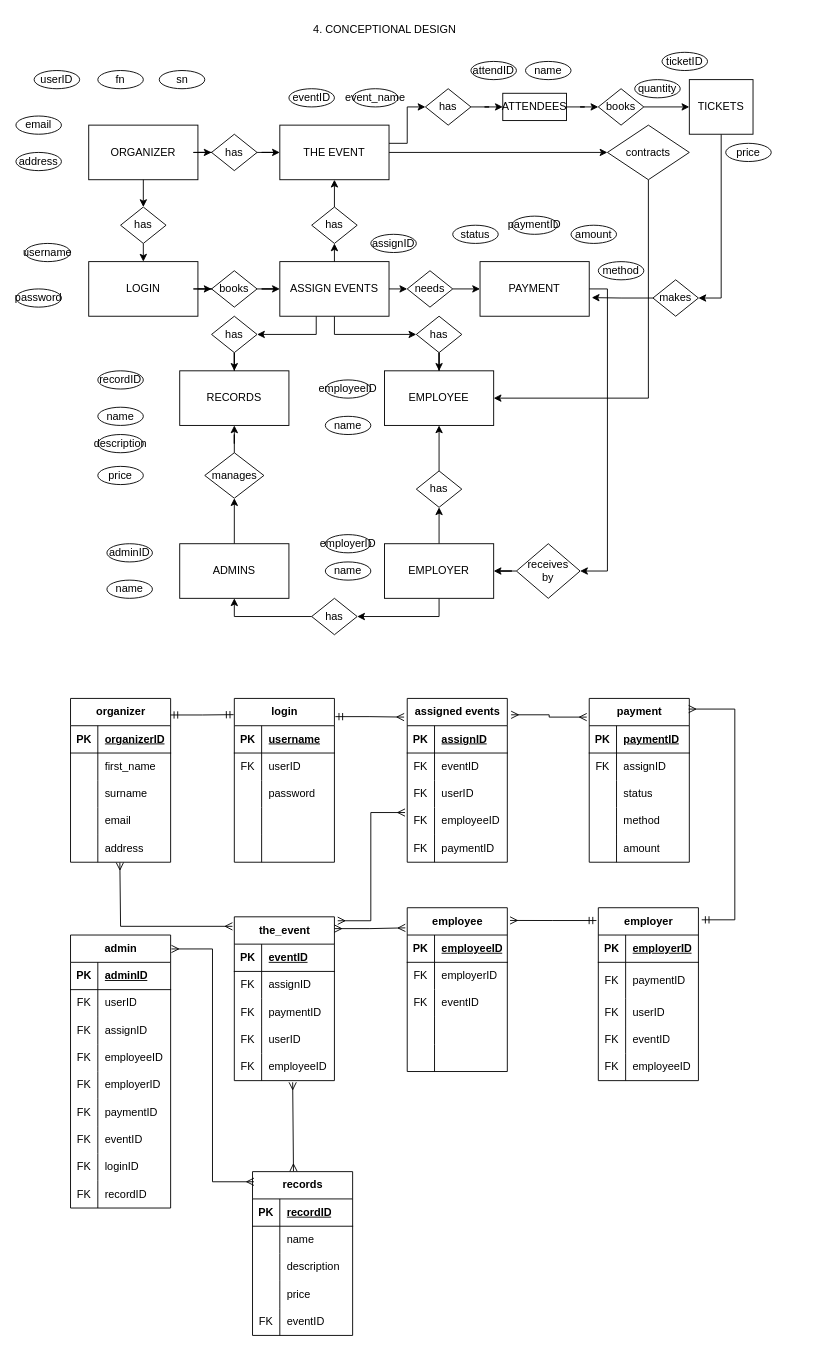
Earlier version of the draw.io diagram data model group.drawio (julieeesy/data_modelling_workshop). Source tidied: cells renumbered, new cells numbered last; positions are measured from the earlier drawing's top-left corner, leaving out a move shared by most shapes. Both pictures are drawn from the tidied source at 91%, with x=0, y=0 at pixel (15, 15).
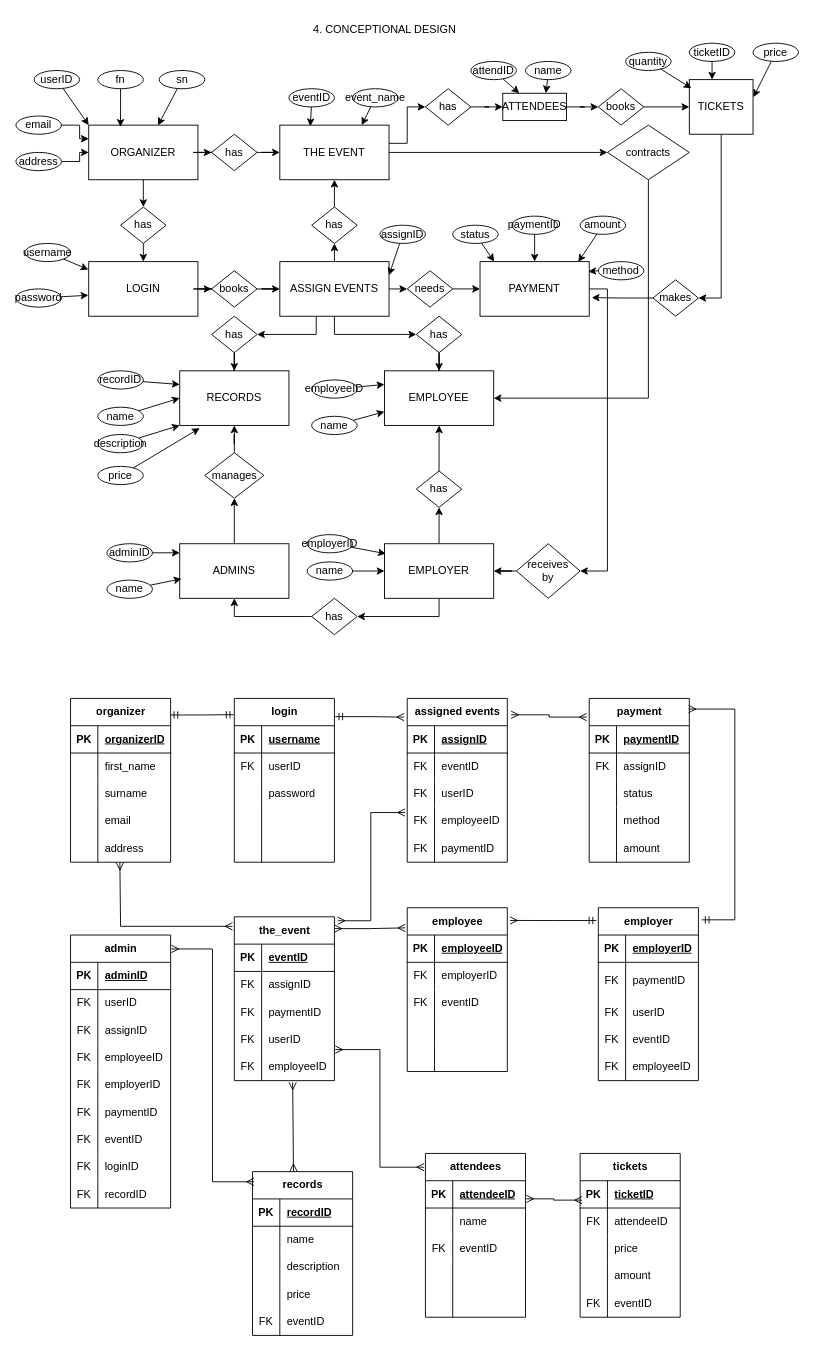
Above is the later version.

Unchanged cells that the change refers to:
```xml
<mxCell id="3" value="LOGIN" style="rounded=0;whiteSpace=wrap;html=1;" parent="1" vertex="1">
<mxCell id="6" value="ORGANIZER" style="rounded=0;whiteSpace=wrap;html=1;" parent="1" vertex="1">
<mxCell id="11" value="ASSIGN EVENTS" style="rounded=0;whiteSpace=wrap;html=1;" parent="1" vertex="1">
<mxCell id="12" value="RECORDS" style="rounded=0;whiteSpace=wrap;html=1;" parent="1" vertex="1">
<mxCell id="14" value="ADMINS" style="rounded=0;whiteSpace=wrap;html=1;" parent="1" vertex="1">
<mxCell id="17" value="THE EVENT" style="rounded=0;whiteSpace=wrap;html=1;" parent="1" vertex="1">
<mxCell id="19" value="PAYMENT" style="rounded=0;whiteSpace=wrap;html=1;" parent="1" vertex="1">
<mxCell id="20" value="EMPLOYEE" style="rounded=0;whiteSpace=wrap;html=1;" parent="1" vertex="1">
<mxCell id="24" value="EMPLOYER" style="rounded=0;whiteSpace=wrap;html=1;" parent="1" vertex="1">
<mxCell id="47" value="userID" style="ellipse;whiteSpace=wrap;html=1;" parent="1" vertex="1">
<mxCell id="48" value="fn" style="ellipse;whiteSpace=wrap;html=1;" parent="1" vertex="1">
<mxCell id="49" value="sn" style="ellipse;whiteSpace=wrap;html=1;" parent="1" vertex="1">
<mxCell id="50" value="email" style="ellipse;whiteSpace=wrap;html=1;" parent="1" vertex="1">
<mxCell id="51" value="address" style="ellipse;whiteSpace=wrap;html=1;" parent="1" vertex="1">
<mxCell id="52" value="username" style="ellipse;whiteSpace=wrap;html=1;" parent="1" vertex="1">
<mxCell id="53" value="password" style="ellipse;whiteSpace=wrap;html=1;" parent="1" vertex="1">
<mxCell id="54" value="eventID" style="ellipse;whiteSpace=wrap;html=1;" parent="1" vertex="1">
<mxCell id="55" value="event_name" style="ellipse;whiteSpace=wrap;html=1;" parent="1" vertex="1">
<mxCell id="56" value="paymentID" style="ellipse;whiteSpace=wrap;html=1;" parent="1" vertex="1">
<mxCell id="58" value="status" style="ellipse;whiteSpace=wrap;html=1;" parent="1" vertex="1">
<mxCell id="59" value="method" style="ellipse;whiteSpace=wrap;html=1;" parent="1" vertex="1">
<mxCell id="64" value="recordID" style="ellipse;whiteSpace=wrap;html=1;" parent="1" vertex="1">
<mxCell id="65" value="name" style="ellipse;whiteSpace=wrap;html=1;" parent="1" vertex="1">
<mxCell id="66" value="description" style="ellipse;whiteSpace=wrap;html=1;" parent="1" vertex="1">
<mxCell id="67" value="price" style="ellipse;whiteSpace=wrap;html=1;" parent="1" vertex="1">
<mxCell id="69" value="adminID" style="ellipse;whiteSpace=wrap;html=1;" parent="1" vertex="1">
<mxCell id="70" value="name" style="ellipse;whiteSpace=wrap;html=1;" parent="1" vertex="1">
<mxCell id="178" style="shape=tableRow;horizontal=0;startSize=0;swimlaneHead=0;swimlaneBody=0;fillColor=none;points=[[0,0.5],[1,0.5]];portConstraint=eastwest;top=0;left=0;right=0;bottom=0;" parent="168" vertex="1">
<mxCell id="239" value="ATTENDEES" style="rounded=0;whiteSpace=wrap;html=1;" parent="1" vertex="1">
<mxCell id="241" value="TICKETS" style="rounded=0;whiteSpace=wrap;html=1;" parent="1" vertex="1">
<mxCell id="246" value="attendID" style="ellipse;whiteSpace=wrap;html=1;" parent="1" vertex="1">
<mxCell id="247" value="name" style="ellipse;whiteSpace=wrap;html=1;" parent="1" vertex="1">
```

Diff of the diagram source:
```diff
@@
+    <mxCell id="254" style="rounded=0;jettySize=auto;html=1;entryX=0;entryY=0;entryDx=0;entryDy=0;" parent="1" edge="1" source="47" target="6">
+      <mxGeometry relative="1" as="geometry" />
+    </mxCell>
@@
+    <mxCell id="255" style="edgeStyle=orthogonalEdgeStyle;rounded=0;jettySize=auto;html=1;entryX=0;entryY=0.25;entryDx=0;entryDy=0;" parent="1" edge="1" source="50" target="6">
+      <mxGeometry relative="1" as="geometry" />
+    </mxCell>
@@
+    <mxCell id="256" style="edgeStyle=orthogonalEdgeStyle;rounded=0;jettySize=auto;html=1;" parent="1" edge="1" source="51" target="6">
+      <mxGeometry relative="1" as="geometry" />
+    </mxCell>
@@
+    <mxCell id="257" style="rounded=0;jettySize=auto;html=1;entryX=0.75;entryY=0;entryDx=0;entryDy=0;" parent="1" edge="1" source="55" target="17">
+      <mxGeometry relative="1" as="geometry" />
+    </mxCell>
@@
+    <mxCell id="258" style="rounded=0;jettySize=auto;html=1;entryX=0.5;entryY=0;entryDx=0;entryDy=0;" parent="1" edge="1" source="56" target="19">
+      <mxGeometry relative="1" as="geometry" />
+    </mxCell>
@@
     <mxCell id="57" value="amount" style="ellipse;whiteSpace=wrap;html=1;" parent="1" vertex="1">
-      <mxGeometry x="610" y="230" width="50" height="20" as="geometry" />
+      <mxGeometry x="620" y="220" width="50" height="20" as="geometry" />
     </mxCell>
@@
+    <mxCell id="259" style="rounded=0;jettySize=auto;html=1;entryX=0;entryY=0.25;entryDx=0;entryDy=0;" parent="1" edge="1" source="60" target="20">
+      <mxGeometry relative="1" as="geometry" />
+    </mxCell>
     <mxCell id="60" value="employeeID" style="ellipse;whiteSpace=wrap;html=1;" parent="1" vertex="1">
-      <mxGeometry x="340" y="400" width="50" height="20" as="geometry" />
+      <mxGeometry x="325" y="400" width="50" height="20" as="geometry" />
     </mxCell>
+    <mxCell id="260" style="rounded=0;jettySize=auto;html=1;entryX=0;entryY=0.75;entryDx=0;entryDy=0;" parent="1" edge="1" source="61" target="20">
+      <mxGeometry relative="1" as="geometry" />
+    </mxCell>
     <mxCell id="61" value="name" style="ellipse;whiteSpace=wrap;html=1;" parent="1" vertex="1">
-      <mxGeometry x="340" y="440" width="50" height="20" as="geometry" />
+      <mxGeometry x="325" y="440" width="50" height="20" as="geometry" />
     </mxCell>
+    <mxCell id="261" style="rounded=0;jettySize=auto;html=1;entryX=0;entryY=0.5;entryDx=0;entryDy=0;" parent="1" edge="1" source="62" target="24">
+      <mxGeometry relative="1" as="geometry" />
+    </mxCell>
     <mxCell id="62" value="name" style="ellipse;whiteSpace=wrap;html=1;" parent="1" vertex="1">
-      <mxGeometry x="340" y="600" width="50" height="20" as="geometry" />
+      <mxGeometry x="320" y="600" width="50" height="20" as="geometry" />
     </mxCell>
     <mxCell id="63" value="employerID" style="ellipse;whiteSpace=wrap;html=1;" parent="1" vertex="1">
-      <mxGeometry x="340" y="570" width="50" height="20" as="geometry" />
+      <mxGeometry x="320" y="570" width="50" height="20" as="geometry" />
     </mxCell>
+    <mxCell id="262" style="rounded=0;jettySize=auto;html=1;entryX=0;entryY=0.25;entryDx=0;entryDy=0;" parent="1" edge="1" source="64" target="12">
+      <mxGeometry relative="1" as="geometry" />
+    </mxCell>
@@
+    <mxCell id="263" style="rounded=0;jettySize=auto;html=1;entryX=0;entryY=0.5;entryDx=0;entryDy=0;" parent="1" edge="1" source="65" target="12">
+      <mxGeometry relative="1" as="geometry" />
+    </mxCell>
@@
+    <mxCell id="264" style="rounded=0;jettySize=auto;html=1;entryX=0;entryY=1;entryDx=0;entryDy=0;" parent="1" edge="1" source="66" target="12">
+      <mxGeometry relative="1" as="geometry" />
+    </mxCell>
@@
+    <mxCell id="265" style="rounded=0;jettySize=auto;html=1;entryX=1;entryY=0.25;entryDx=0;entryDy=0;" parent="1" edge="1" source="119" target="11">
+      <mxGeometry relative="1" as="geometry" />
+    </mxCell>
     <mxCell id="119" value="assignID" style="ellipse;whiteSpace=wrap;html=1;" parent="1" vertex="1">
-      <mxGeometry x="390" y="240" width="50" height="20" as="geometry" />
+      <mxGeometry x="400" y="230" width="50" height="20" as="geometry" />
     </mxCell>
@@
+    <mxCell id="266" style="rounded=0;jettySize=auto;html=1;" parent="1" edge="1" source="246" target="239">
+      <mxGeometry relative="1" as="geometry" />
+    </mxCell>
@@
     <mxCell id="248" value="ticketID" style="ellipse;whiteSpace=wrap;html=1;" parent="1" vertex="1">
-      <mxGeometry x="710" y="40" width="50" height="20" as="geometry" />
+      <mxGeometry x="740" y="30" width="50" height="20" as="geometry" />
     </mxCell>
     <mxCell id="249" value="quantity" style="ellipse;whiteSpace=wrap;html=1;" parent="1" vertex="1">
-      <mxGeometry x="680" y="70" width="50" height="20" as="geometry" />
+      <mxGeometry x="670" y="40" width="50" height="20" as="geometry" />
     </mxCell>
@@
     <mxCell id="252" value="price" style="ellipse;whiteSpace=wrap;html=1;" parent="1" vertex="1">
-      <mxGeometry x="780" y="140" width="50" height="20" as="geometry" />
+      <mxGeometry x="810" y="30" width="50" height="20" as="geometry" />
     </mxCell>
@@
+    <mxCell id="267" value="attendees" style="shape=table;startSize=30;childLayout=tableLayout;rowLines=0;fontStyle=1;align=center;html=1;" parent="1" vertex="1">
+      <mxGeometry x="450" y="1250" width="110" height="180" as="geometry" />
+    </mxCell>
+    <mxCell id="268" style="shape=tableRow;horizontal=0;startSize=0;swimlaneHead=0;swimlaneBody=0;fillColor=none;points=[[0,0.5],[1,0.5]];portConstraint=eastwest;top=0;left=0;right=0;bottom=1;" parent="267" vertex="1">
+      <mxGeometry y="30" width="110" height="30" as="geometry" />
+    </mxCell>
+    <mxCell id="269" value="PK" style="shape=partialRectangle;fillColor=none;top=0;left=0;bottom=0;right=0;fontStyle=1;overflow=hidden;whiteSpace=wrap;html=1;" parent="268" vertex="1">
+      <mxGeometry width="30" height="30" as="geometry" />
+    </mxCell>
+    <mxCell id="270" value="attendeeID" style="shape=partialRectangle;fillColor=none;top=0;left=0;bottom=0;right=0;align=left;spacingLeft=6;fontStyle=5;overflow=hidden;whiteSpace=wrap;html=1;" parent="268" vertex="1">
+      <mxGeometry x="30" width="80" height="30" as="geometry" />
+    </mxCell>
+    <mxCell id="271" style="shape=tableRow;horizontal=0;startSize=0;swimlaneHead=0;swimlaneBody=0;fillColor=none;top=0;left=0;right=0;bottom=0;" parent="267" vertex="1">
+      <mxGeometry y="60" width="110" height="30" as="geometry" />
+    </mxCell>
+    <mxCell id="272" style="shape=partialRectangle;fillColor=none;top=0;left=0;bottom=0;right=0;overflow=hidden;whiteSpace=wrap;html=1;" parent="271" vertex="1">
+      <mxGeometry width="30" height="30" as="geometry" />
+    </mxCell>
+    <mxCell id="273" value="name" style="shape=partialRectangle;fillColor=none;top=0;left=0;bottom=0;right=0;align=left;spacingLeft=6;overflow=hidden;whiteSpace=wrap;html=1;" parent="271" vertex="1">
+      <mxGeometry x="30" width="80" height="30" as="geometry" />
+    </mxCell>
+    <mxCell id="274" style="shape=tableRow;horizontal=0;startSize=0;swimlaneHead=0;swimlaneBody=0;fillColor=none;top=0;left=0;right=0;bottom=0;" parent="267" vertex="1">
+      <mxGeometry y="90" width="110" height="30" as="geometry" />
+    </mxCell>
+    <mxCell id="275" value="FK" style="shape=partialRectangle;fillColor=none;top=0;left=0;bottom=0;right=0;overflow=hidden;whiteSpace=wrap;html=1;" parent="274" vertex="1">
+      <mxGeometry width="30" height="30" as="geometry" />
+    </mxCell>
+    <mxCell id="276" value="eventID" style="shape=partialRectangle;fillColor=none;top=0;left=0;bottom=0;right=0;align=left;spacingLeft=6;overflow=hidden;whiteSpace=wrap;html=1;" parent="274" vertex="1">
+      <mxGeometry x="30" width="80" height="30" as="geometry" />
+    </mxCell>
+    <mxCell id="277" style="shape=tableRow;horizontal=0;startSize=0;swimlaneHead=0;swimlaneBody=0;fillColor=none;top=0;left=0;right=0;bottom=0;" parent="267" vertex="1">
+      <mxGeometry y="120" width="110" height="30" as="geometry" />
+    </mxCell>
+    <mxCell id="278" style="shape=partialRectangle;fillColor=none;top=0;left=0;bottom=0;right=0;overflow=hidden;whiteSpace=wrap;html=1;" parent="277" vertex="1">
+      <mxGeometry width="30" height="30" as="geometry" />
+    </mxCell>
+    <mxCell id="279" style="shape=partialRectangle;fillColor=none;top=0;left=0;bottom=0;right=0;align=left;spacingLeft=6;overflow=hidden;whiteSpace=wrap;html=1;" parent="277" vertex="1">
+      <mxGeometry x="30" width="80" height="30" as="geometry" />
+    </mxCell>
+    <mxCell id="280" style="shape=tableRow;horizontal=0;startSize=0;swimlaneHead=0;swimlaneBody=0;fillColor=none;top=0;left=0;right=0;bottom=0;" parent="267" vertex="1">
+      <mxGeometry y="150" width="110" height="30" as="geometry" />
+    </mxCell>
+    <mxCell id="281" style="shape=partialRectangle;fillColor=none;top=0;left=0;bottom=0;right=0;overflow=hidden;whiteSpace=wrap;html=1;" parent="280" vertex="1">
+      <mxGeometry width="30" height="30" as="geometry" />
+    </mxCell>
+    <mxCell id="282" style="shape=partialRectangle;fillColor=none;top=0;left=0;bottom=0;right=0;align=left;spacingLeft=6;overflow=hidden;whiteSpace=wrap;html=1;" parent="280" vertex="1">
+      <mxGeometry x="30" width="80" height="30" as="geometry" />
+    </mxCell>
+    <mxCell id="283" value="tickets" style="shape=table;startSize=30;childLayout=tableLayout;rowLines=0;fontStyle=1;align=center;html=1;" parent="1" vertex="1">
+      <mxGeometry x="620" y="1250" width="110" height="180" as="geometry" />
+    </mxCell>
+    <mxCell id="284" style="shape=tableRow;horizontal=0;startSize=0;swimlaneHead=0;swimlaneBody=0;fillColor=none;points=[[0,0.5],[1,0.5]];portConstraint=eastwest;top=0;left=0;right=0;bottom=1;" parent="283" vertex="1">
+      <mxGeometry y="30" width="110" height="30" as="geometry" />
+    </mxCell>
+    <mxCell id="285" value="PK" style="shape=partialRectangle;fillColor=none;top=0;left=0;bottom=0;right=0;fontStyle=1;overflow=hidden;whiteSpace=wrap;html=1;" parent="284" vertex="1">
+      <mxGeometry width="30" height="30" as="geometry" />
+    </mxCell>
+    <mxCell id="286" value="ticketID" style="shape=partialRectangle;fillColor=none;top=0;left=0;bottom=0;right=0;align=left;spacingLeft=6;fontStyle=5;overflow=hidden;whiteSpace=wrap;html=1;" parent="284" vertex="1">
+      <mxGeometry x="30" width="80" height="30" as="geometry" />
+    </mxCell>
+    <mxCell id="287" style="shape=tableRow;horizontal=0;startSize=0;swimlaneHead=0;swimlaneBody=0;fillColor=none;top=0;left=0;right=0;bottom=0;" parent="283" vertex="1">
+      <mxGeometry y="60" width="110" height="30" as="geometry" />
+    </mxCell>
+    <mxCell id="288" value="FK" style="shape=partialRectangle;fillColor=none;top=0;left=0;bottom=0;right=0;overflow=hidden;whiteSpace=wrap;html=1;" parent="287" vertex="1">
+      <mxGeometry width="30" height="30" as="geometry" />
+    </mxCell>
+    <mxCell id="289" value="attendeeID" style="shape=partialRectangle;fillColor=none;top=0;left=0;bottom=0;right=0;align=left;spacingLeft=6;overflow=hidden;whiteSpace=wrap;html=1;" parent="287" vertex="1">
+      <mxGeometry x="30" width="80" height="30" as="geometry" />
+    </mxCell>
+    <mxCell id="290" style="shape=tableRow;horizontal=0;startSize=0;swimlaneHead=0;swimlaneBody=0;fillColor=none;top=0;left=0;right=0;bottom=0;" parent="283" vertex="1">
+      <mxGeometry y="90" width="110" height="30" as="geometry" />
+    </mxCell>
+    <mxCell id="291" style="shape=partialRectangle;fillColor=none;top=0;left=0;bottom=0;right=0;overflow=hidden;whiteSpace=wrap;html=1;" parent="290" vertex="1">
+      <mxGeometry width="30" height="30" as="geometry" />
+    </mxCell>
+    <mxCell id="292" value="price" style="shape=partialRectangle;fillColor=none;top=0;left=0;bottom=0;right=0;align=left;spacingLeft=6;overflow=hidden;whiteSpace=wrap;html=1;" parent="290" vertex="1">
+      <mxGeometry x="30" width="80" height="30" as="geometry" />
+    </mxCell>
+    <mxCell id="293" style="shape=tableRow;horizontal=0;startSize=0;swimlaneHead=0;swimlaneBody=0;fillColor=none;top=0;left=0;right=0;bottom=0;" parent="283" vertex="1">
+      <mxGeometry y="120" width="110" height="30" as="geometry" />
+    </mxCell>
+    <mxCell id="294" style="shape=partialRectangle;fillColor=none;top=0;left=0;bottom=0;right=0;overflow=hidden;whiteSpace=wrap;html=1;" parent="293" vertex="1">
+      <mxGeometry width="30" height="30" as="geometry" />
+    </mxCell>
+    <mxCell id="295" value="amount" style="shape=partialRectangle;fillColor=none;top=0;left=0;bottom=0;right=0;align=left;spacingLeft=6;overflow=hidden;whiteSpace=wrap;html=1;" parent="293" vertex="1">
+      <mxGeometry x="30" width="80" height="30" as="geometry" />
+    </mxCell>
+    <mxCell id="296" style="shape=tableRow;horizontal=0;startSize=0;swimlaneHead=0;swimlaneBody=0;fillColor=none;top=0;left=0;right=0;bottom=0;" parent="283" vertex="1">
+      <mxGeometry y="150" width="110" height="30" as="geometry" />
+    </mxCell>
+    <mxCell id="297" value="FK" style="shape=partialRectangle;fillColor=none;top=0;left=0;bottom=0;right=0;overflow=hidden;whiteSpace=wrap;html=1;" parent="296" vertex="1">
+      <mxGeometry width="30" height="30" as="geometry" />
+    </mxCell>
+    <mxCell id="298" value="eventID" style="shape=partialRectangle;fillColor=none;top=0;left=0;bottom=0;right=0;align=left;spacingLeft=6;overflow=hidden;whiteSpace=wrap;html=1;" parent="296" vertex="1">
+      <mxGeometry x="30" width="80" height="30" as="geometry" />
+    </mxCell>
+    <mxCell id="299" style="edgeStyle=elbowEdgeStyle;fontSize=12;html=1;endArrow=ERmany;startArrow=ERmany;rounded=0;exitX=1.009;exitY=0.863;exitDx=0;exitDy=0;exitPerimeter=0;entryX=-0.013;entryY=0.084;entryDx=0;entryDy=0;entryPerimeter=0;" parent="1" edge="1" source="178" target="267">
+      <mxGeometry relative="1" as="geometry" />
+    </mxCell>
+    <mxCell id="300" style="edgeStyle=elbowEdgeStyle;fontSize=12;html=1;endArrow=ERmany;startArrow=ERmany;rounded=0;exitX=0.019;exitY=0.711;exitDx=0;exitDy=0;exitPerimeter=0;entryX=1.008;entryY=0.664;entryDx=0;entryDy=0;entryPerimeter=0;" parent="1" edge="1" source="284" target="268">
+      <mxGeometry relative="1" as="geometry" />
+    </mxCell>
+    <mxCell id="301" style="edgeStyle=orthogonalEdgeStyle;rounded=0;jettySize=auto;html=1;entryX=0.291;entryY=0.031;entryDx=0;entryDy=0;entryPerimeter=0;" parent="1" edge="1" source="48" target="6">
+      <mxGeometry relative="1" as="geometry" />
+    </mxCell>
+    <mxCell id="302" style="rounded=0;jettySize=auto;html=1;entryX=0.635;entryY=0.005;entryDx=0;entryDy=0;entryPerimeter=0;" parent="1" edge="1" source="49" target="6">
+      <mxGeometry relative="1" as="geometry" />
+    </mxCell>
+    <mxCell id="303" style="rounded=0;jettySize=auto;html=1;entryX=0.279;entryY=0.02;entryDx=0;entryDy=0;entryPerimeter=0;" parent="1" edge="1" source="54" target="17">
+      <mxGeometry relative="1" as="geometry" />
+    </mxCell>
+    <mxCell id="304" style="rounded=0;jettySize=auto;html=1;entryX=0.676;entryY=0;entryDx=0;entryDy=0;entryPerimeter=0;" parent="1" edge="1" source="247" target="239">
+      <mxGeometry relative="1" as="geometry" />
+    </mxCell>
+    <mxCell id="305" style="rounded=0;jettySize=auto;html=1;entryX=0.033;entryY=0.157;entryDx=0;entryDy=0;entryPerimeter=0;" parent="1" edge="1" source="249" target="241">
+      <mxGeometry relative="1" as="geometry" />
+    </mxCell>
+    <mxCell id="306" style="edgeStyle=orthogonalEdgeStyle;rounded=0;jettySize=auto;html=1;entryX=0.356;entryY=0.001;entryDx=0;entryDy=0;entryPerimeter=0;" parent="1" edge="1" source="248" target="241">
+      <mxGeometry relative="1" as="geometry" />
+    </mxCell>
+    <mxCell id="307" style="rounded=0;jettySize=auto;html=1;entryX=1.007;entryY=0.32;entryDx=0;entryDy=0;entryPerimeter=0;" parent="1" edge="1" source="252" target="241">
+      <mxGeometry relative="1" as="geometry" />
+    </mxCell>
+    <mxCell id="308" style="rounded=0;jettySize=auto;html=1;entryX=-0.003;entryY=0.146;entryDx=0;entryDy=0;entryPerimeter=0;" parent="1" edge="1" source="52" target="3">
+      <mxGeometry relative="1" as="geometry" />
+    </mxCell>
+    <mxCell id="309" style="rounded=0;jettySize=auto;html=1;entryX=-0.003;entryY=0.616;entryDx=0;entryDy=0;entryPerimeter=0;" parent="1" edge="1" source="53" target="3">
+      <mxGeometry relative="1" as="geometry" />
+    </mxCell>
+    <mxCell id="310" style="rounded=0;jettySize=auto;html=1;entryX=0.13;entryY=-0.002;entryDx=0;entryDy=0;entryPerimeter=0;" parent="1" edge="1" source="58" target="19">
+      <mxGeometry relative="1" as="geometry" />
+    </mxCell>
+    <mxCell id="311" style="rounded=0;jettySize=auto;html=1;entryX=0.9;entryY=0.006;entryDx=0;entryDy=0;entryPerimeter=0;" parent="1" edge="1" source="57" target="19">
+      <mxGeometry relative="1" as="geometry" />
+    </mxCell>
+    <mxCell id="312" style="rounded=0;jettySize=auto;html=1;entryX=0.992;entryY=0.182;entryDx=0;entryDy=0;entryPerimeter=0;" parent="1" edge="1" source="59" target="19">
+      <mxGeometry relative="1" as="geometry" />
+    </mxCell>
+    <mxCell id="313" style="rounded=0;jettySize=auto;html=1;entryX=0.183;entryY=1.051;entryDx=0;entryDy=0;entryPerimeter=0;" parent="1" edge="1" source="67" target="12">
+      <mxGeometry relative="1" as="geometry" />
+    </mxCell>
+    <mxCell id="314" style="rounded=0;jettySize=auto;html=1;entryX=0;entryY=0.166;entryDx=0;entryDy=0;entryPerimeter=0;" parent="1" edge="1" source="69" target="14">
+      <mxGeometry relative="1" as="geometry" />
+    </mxCell>
+    <mxCell id="315" style="rounded=0;jettySize=auto;html=1;entryX=0.016;entryY=0.643;entryDx=0;entryDy=0;entryPerimeter=0;" parent="1" edge="1" source="70" target="14">
+      <mxGeometry relative="1" as="geometry" />
+    </mxCell>
+    <mxCell id="316" style="rounded=0;jettySize=auto;html=1;entryX=0.012;entryY=0.182;entryDx=0;entryDy=0;entryPerimeter=0;" parent="1" edge="1" source="63" target="24">
+      <mxGeometry relative="1" as="geometry" />
+    </mxCell>
```
